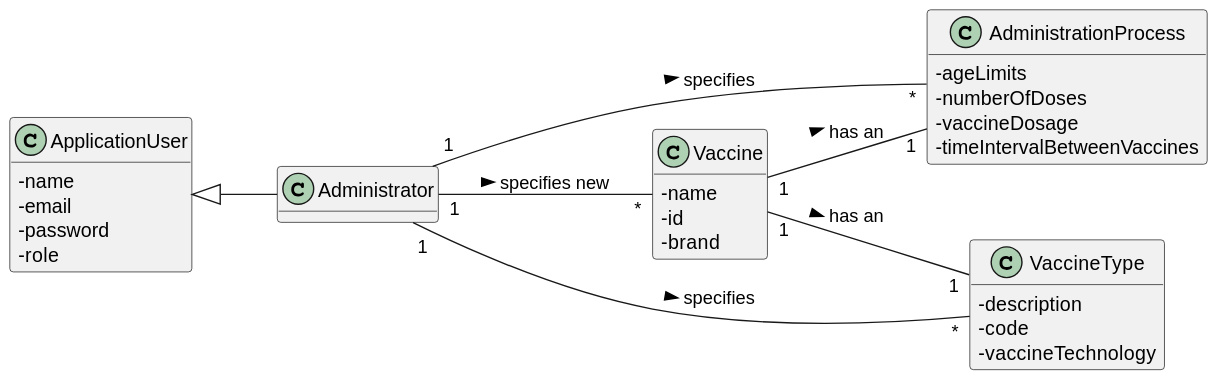
Earlier version of the PlantUML export docs/SprintB/US013/US013_DM.svg (Pirussa/lei-22-s2-1da-g02).
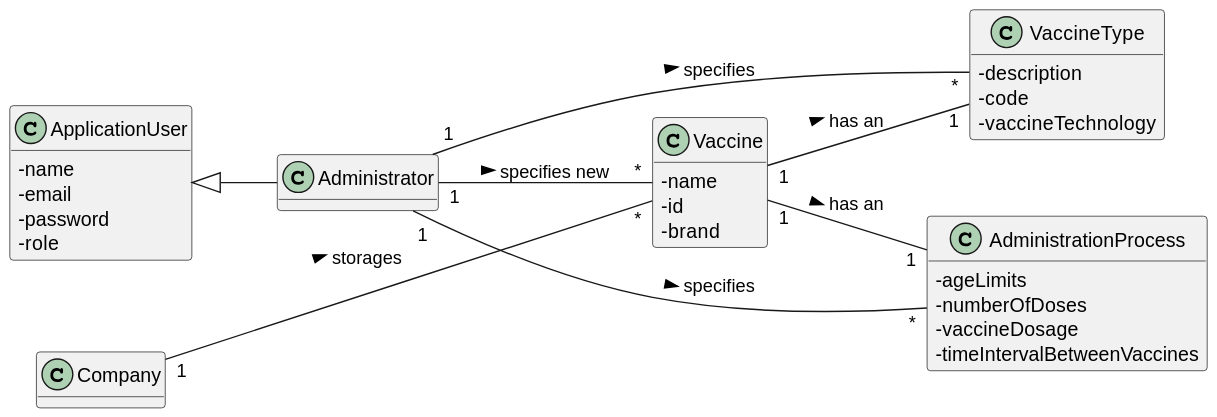
After the commit.

The edit, as a diff of the source:
```diff
@@ -8,6 +8,8 @@
 class Administrator {
 
 }
+
+class Company{}
 
 class Vaccine{
     -name
@@ -44,6 +46,6 @@
 Vaccine "1" -- "1" VaccineType: has an >
 ApplicationUser  <|-- Administrator
 
-
+Company "1" --- "*" Vaccine : storages >
 
 @enduml
```
